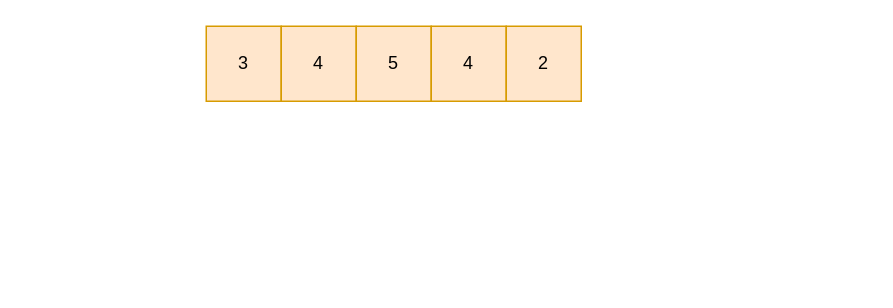
Above: algorithm/计数排序.drawio in erlieStar/diagrams (draw.io), before the change. Source tidied: cells renumbered, new cells numbered last; positions are measured from the earlier drawing's top-left corner, leaving out a move shared by most shapes. Both pictures are drawn from the tidied source at 150%, with x=0, y=0 at pixel (206, 26).
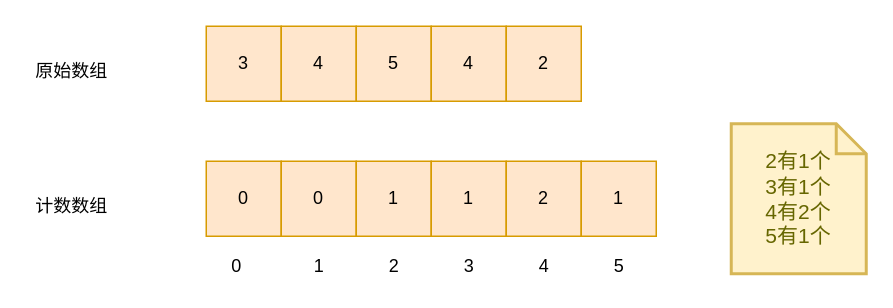
After the change.

Change to the diagram source:
```diff
@@
+    <mxCell id="7" value="0" style="rounded=0;whiteSpace=wrap;html=1;fillColor=#ffe6cc;strokeColor=#d79b00;" parent="1" vertex="1">
+      <mxGeometry y="90" width="50" height="50" as="geometry" />
+    </mxCell>
+    <mxCell id="8" value="0" style="rounded=0;whiteSpace=wrap;html=1;fillColor=#ffe6cc;strokeColor=#d79b00;" parent="1" vertex="1">
+      <mxGeometry x="50" y="90" width="50" height="50" as="geometry" />
+    </mxCell>
+    <mxCell id="9" value="1" style="rounded=0;whiteSpace=wrap;html=1;fillColor=#ffe6cc;strokeColor=#d79b00;" parent="1" vertex="1">
+      <mxGeometry x="100" y="90" width="50" height="50" as="geometry" />
+    </mxCell>
+    <mxCell id="10" value="1" style="rounded=0;whiteSpace=wrap;html=1;fillColor=#ffe6cc;strokeColor=#d79b00;" parent="1" vertex="1">
+      <mxGeometry x="150" y="90" width="50" height="50" as="geometry" />
+    </mxCell>
+    <mxCell id="11" value="2" style="rounded=0;whiteSpace=wrap;html=1;fillColor=#ffe6cc;strokeColor=#d79b00;" parent="1" vertex="1">
+      <mxGeometry x="200" y="90" width="50" height="50" as="geometry" />
+    </mxCell>
+    <mxCell id="12" value="1" style="rounded=0;whiteSpace=wrap;html=1;fillColor=#ffe6cc;strokeColor=#d79b00;" parent="1" vertex="1">
+      <mxGeometry x="250" y="90" width="50" height="50" as="geometry" />
+    </mxCell>
+    <mxCell id="13" value="0" style="text;html=1;align=center;verticalAlign=middle;strokeColor=none;" parent="1" vertex="1">
+      <mxGeometry x="10" y="150" width="20" height="20" as="geometry" />
+    </mxCell>
+    <mxCell id="14" value="1" style="text;html=1;align=center;verticalAlign=middle;strokeColor=none;" parent="1" vertex="1">
+      <mxGeometry x="65" y="150" width="20" height="20" as="geometry" />
+    </mxCell>
+    <mxCell id="15" value="2" style="text;html=1;align=center;verticalAlign=middle;strokeColor=none;" parent="1" vertex="1">
+      <mxGeometry x="115" y="150" width="20" height="20" as="geometry" />
+    </mxCell>
+    <mxCell id="16" value="3" style="text;html=1;align=center;verticalAlign=middle;strokeColor=none;" parent="1" vertex="1">
+      <mxGeometry x="165" y="150" width="20" height="20" as="geometry" />
+    </mxCell>
+    <mxCell id="17" value="4" style="text;html=1;align=center;verticalAlign=middle;strokeColor=none;" parent="1" vertex="1">
+      <mxGeometry x="215" y="150" width="20" height="20" as="geometry" />
+    </mxCell>
+    <mxCell id="18" value="5" style="text;html=1;align=center;verticalAlign=middle;strokeColor=none;" parent="1" vertex="1">
+      <mxGeometry x="265" y="150" width="20" height="20" as="geometry" />
+    </mxCell>
+    <mxCell id="19" value="原始数组" style="text;html=1;align=center;verticalAlign=middle;strokeColor=none;" parent="1" vertex="1">
+      <mxGeometry x="-120" y="20" width="60" height="20" as="geometry" />
+    </mxCell>
+    <mxCell id="20" value="计数数组" style="text;html=1;align=center;verticalAlign=middle;strokeColor=none;" parent="1" vertex="1">
+      <mxGeometry x="-120" y="110" width="60" height="20" as="geometry" />
+    </mxCell>
+    <mxCell id="21" value="2有1个&lt;br&gt;3有1个&lt;br&gt;4有2个&lt;br&gt;5有1个" style="shape=note;strokeWidth=2;fontSize=14;size=20;whiteSpace=wrap;html=1;fillColor=#fff2cc;strokeColor=#d6b656;fontColor=#666600;" parent="1" vertex="1">
+      <mxGeometry x="350" y="65" width="90" height="100" as="geometry" />
+    </mxCell>
```
